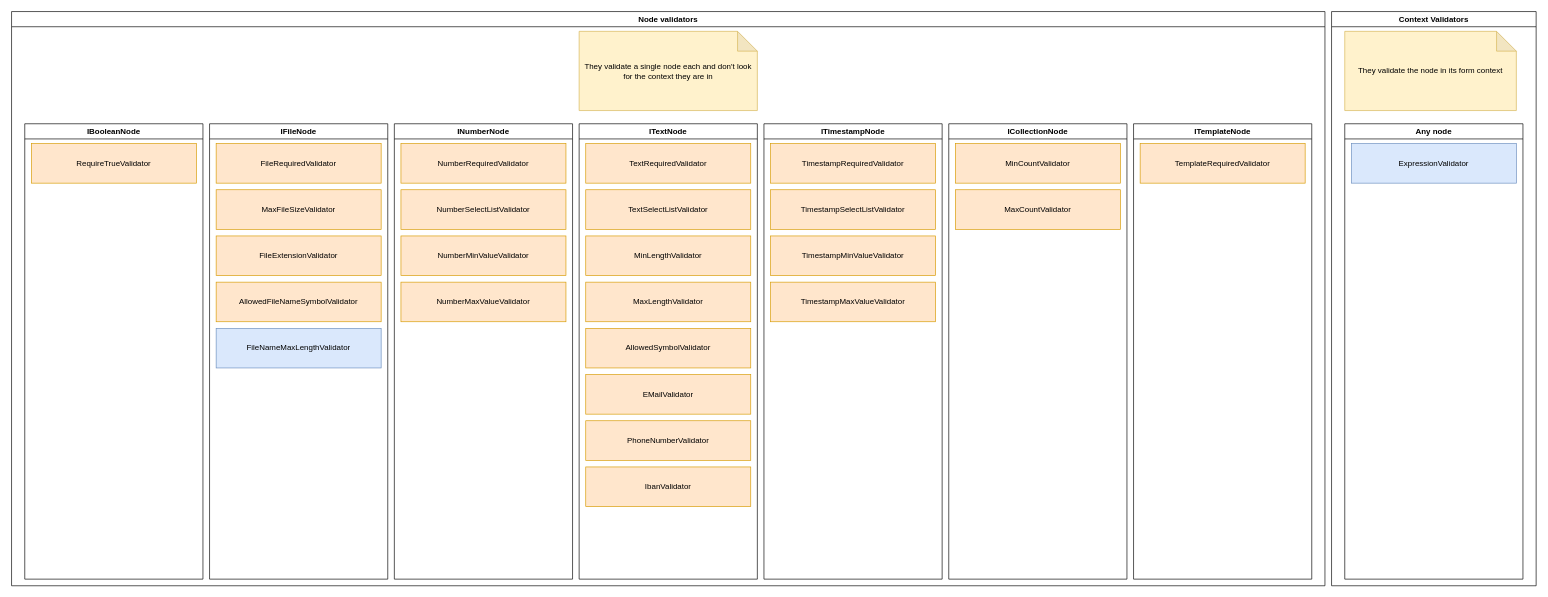
This is doc/forms-concept/validators.drawio from RGXStorm281/common, a draw.io file, before an edit. Source tidied: cells renumbered, new cells numbered last; positions are measured from the earlier drawing's top-left corner, leaving out a move shared by most shapes. Both pictures are drawn from the tidied source at 66%, with x=0, y=0 at pixel (11, 11).
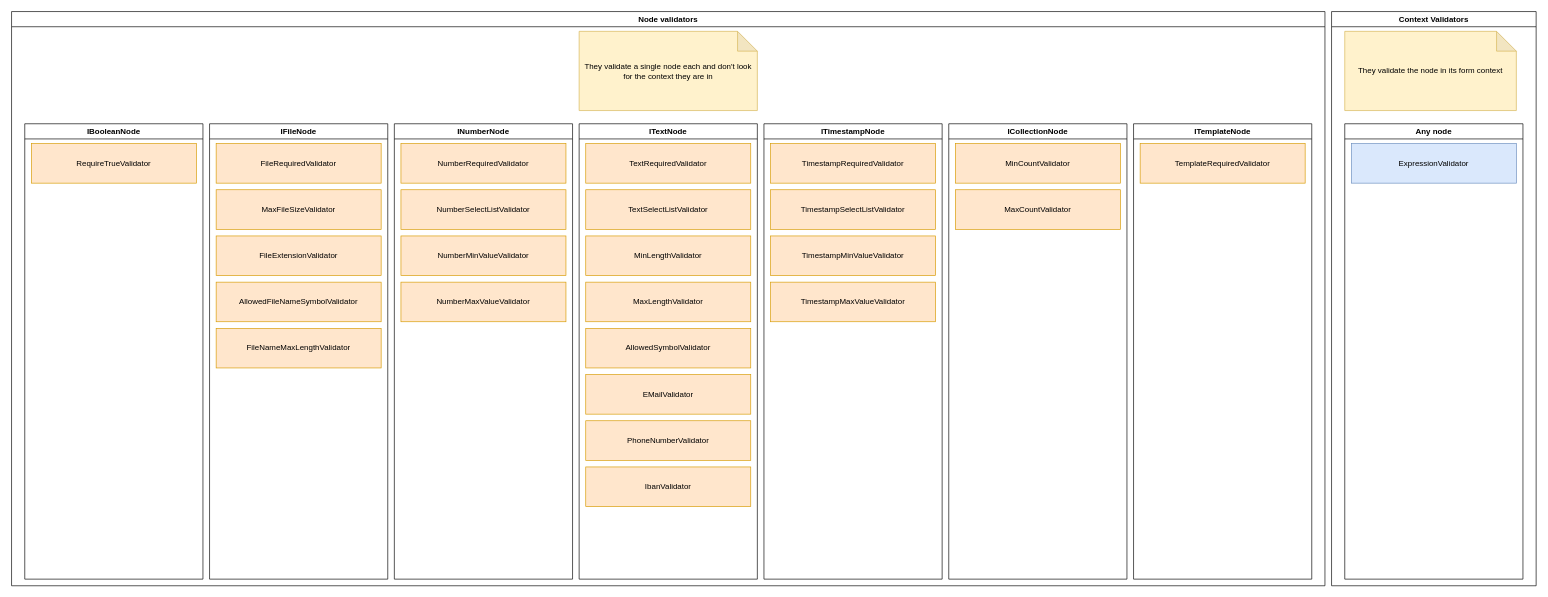
Above is the later version.

The change refers to these unchanged cells:
```xml
<mxCell id="6" value="IFileNode" style="swimlane;whiteSpace=wrap;html=1;" parent="2" vertex="1">
  <mxGeometry x="300" y="170" width="270" height="690" as="geometry" />
</mxCell>
```

Diff of the diagram source:
```diff
@@
-    <mxCell id="11" value="FileNameMaxLengthValidator" style="rounded=0;whiteSpace=wrap;html=1;fillColor=#dae8fc;strokeColor=#6c8ebf;" parent="6" vertex="1">
+    <mxCell id="11" value="FileNameMaxLengthValidator" style="rounded=0;whiteSpace=wrap;html=1;fillColor=#ffe6cc;strokeColor=#d79b00;" parent="6" vertex="1">
       <mxGeometry x="10" y="310" width="250" height="60" as="geometry" />
     </mxCell>
```
